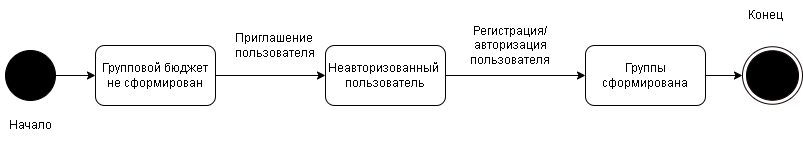
This is documentation/diagrams/Statechart_diagram_group.png from money-pie/moneypie, a draw.io export, as it was before one commit. Source tidied: cells renumbered, new cells last; positions are measured from the earlier drawing's top-left corner, leaving out a move shared by most shapes.
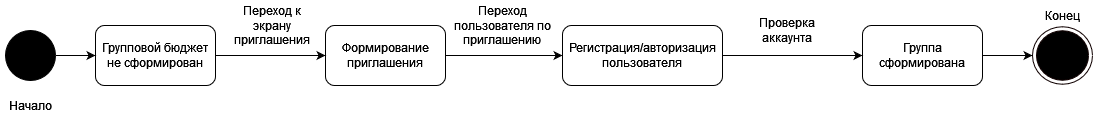
Above is the later version.

The edit, as a diff of the source:
```diff
@@ -2,44 +2,53 @@
   <root>
     <mxCell id="0" />
     <mxCell id="1" parent="0" />
-    <mxCell id="2" style="ellipse;whiteSpace=wrap;html=1;fillColor=#000000;" parent="1" vertex="1">
-      <mxGeometry x="5" y="50" width="50" height="50" as="geometry" />
-    </mxCell>
+    <mxCell id="15" style="ellipse;whiteSpace=wrap;html=1;fillColor=#000000;" parent="1" vertex="1">
+      <mxGeometry x="-2" y="210" width="50" height="50" as="geometry" />
+    </mxCell>
     <mxCell id="3" value="Начало" style="text;html=1;strokeColor=none;fillColor=none;align=center;verticalAlign=middle;whiteSpace=wrap;rounded=0;" parent="1" vertex="1">
-      <mxGeometry y="110" width="60" height="30" as="geometry" />
+      <mxGeometry x="-7" y="270" width="60" height="30" as="geometry" />
     </mxCell>
     <mxCell id="4" value="Групповой бюджет не сформирован" style="rounded=1;whiteSpace=wrap;html=1;" parent="1" vertex="1">
-      <mxGeometry x="95" y="45" width="120" height="60" as="geometry" />
+      <mxGeometry x="88" y="205" width="120" height="60" as="geometry" />
     </mxCell>
-    <mxCell id="5" value="Неавторизованный&amp;nbsp;&lt;br&gt;пользователь" style="rounded=1;whiteSpace=wrap;html=1;" parent="1" vertex="1">
-      <mxGeometry x="325" y="45" width="120" height="60" as="geometry" />
-    </mxCell>
-    <mxCell id="6" value="Группы сформирована" style="rounded=1;whiteSpace=wrap;html=1;" parent="1" vertex="1">
-      <mxGeometry x="585" y="45" width="120" height="60" as="geometry" />
-    </mxCell>
-    <mxCell id="7" style="ellipse;html=1;shape=endState;fillColor=#000000;strokeColor=#0F0000;" parent="1" vertex="1">
-      <mxGeometry x="742" y="46.2" width="60" height="57.5" as="geometry" />
-    </mxCell>
+    <mxCell id="16" style="edgeStyle=orthogonalEdgeStyle;rounded=0;jettySize=auto;html=1;exitX=1;exitY=0.5;exitDx=0;exitDy=0;entryX=0;entryY=0.5;entryDx=0;entryDy=0;" parent="1" edge="1" source="17" target="13">
+      <mxGeometry relative="1" as="geometry" />
+    </mxCell>
+    <mxCell id="17" value="Формирование приглашения" style="rounded=1;whiteSpace=wrap;html=1;" parent="1" vertex="1">
+      <mxGeometry x="318" y="205" width="120" height="60" as="geometry" />
+    </mxCell>
+    <mxCell id="18" value="Группа сформирована" style="rounded=1;whiteSpace=wrap;html=1;" parent="1" vertex="1">
+      <mxGeometry x="855" y="205" width="120" height="60" as="geometry" />
+    </mxCell>
+    <mxCell id="19" style="ellipse;html=1;shape=endState;fillColor=#000000;strokeColor=#0F0000;" parent="1" vertex="1">
+      <mxGeometry x="1025" y="206.2" width="60" height="57.5" as="geometry" />
+    </mxCell>
     <mxCell id="8" value="Конец" style="text;html=1;strokeColor=none;fillColor=none;align=center;verticalAlign=middle;whiteSpace=wrap;rounded=0;" parent="1" vertex="1">
-      <mxGeometry x="735" width="60" height="30" as="geometry" />
+      <mxGeometry x="1025" y="180" width="60" height="30" as="geometry" />
     </mxCell>
-    <mxCell id="9" style="endArrow=classic;html=1;rounded=0;exitX=1;exitY=0.5;exitDx=0;exitDy=0;entryX=0;entryY=0.5;entryDx=0;entryDy=0;" parent="1" edge="1" source="2" target="4">
-      <mxGeometry relative="1" as="geometry" />
-    </mxCell>
-    <mxCell id="10" style="endArrow=classic;html=1;rounded=0;exitX=1;exitY=0.5;exitDx=0;exitDy=0;entryX=0;entryY=0.5;entryDx=0;entryDy=0;" parent="1" edge="1" source="4" target="5">
-      <mxGeometry relative="1" as="geometry" />
-    </mxCell>
-    <mxCell id="11" value="Приглашение&amp;nbsp; пользователя" style="text;html=1;strokeColor=none;fillColor=none;align=center;verticalAlign=middle;whiteSpace=wrap;rounded=0;" parent="1" vertex="1">
-      <mxGeometry x="225" y="30" width="100" height="30" as="geometry" />
-    </mxCell>
-    <mxCell id="12" style="endArrow=classic;html=1;rounded=0;exitX=1;exitY=0.5;exitDx=0;exitDy=0;entryX=0;entryY=0.5;entryDx=0;entryDy=0;" parent="1" edge="1" source="5" target="6">
-      <mxGeometry relative="1" as="geometry" />
-    </mxCell>
+    <mxCell id="20" style="endArrow=classic;html=1;rounded=0;exitX=1;exitY=0.5;exitDx=0;exitDy=0;entryX=0;entryY=0.5;entryDx=0;entryDy=0;" parent="1" edge="1" source="15" target="4">
+      <mxGeometry relative="1" as="geometry" />
+    </mxCell>
+    <mxCell id="21" style="endArrow=classic;html=1;rounded=0;exitX=1;exitY=0.5;exitDx=0;exitDy=0;entryX=0;entryY=0.5;entryDx=0;entryDy=0;" parent="1" edge="1" source="4" target="17">
+      <mxGeometry relative="1" as="geometry" />
+    </mxCell>
+    <mxCell id="22" value="Переход пользователя по приглашению" style="text;html=1;strokeColor=none;fillColor=none;align=center;verticalAlign=middle;whiteSpace=wrap;rounded=0;" parent="1" vertex="1">
+      <mxGeometry x="445" y="190" width="100" height="30" as="geometry" />
+    </mxCell>
+    <mxCell id="23" style="endArrow=classic;html=1;rounded=0;exitX=1;exitY=0.5;exitDx=0;exitDy=0;entryX=0;entryY=0.5;entryDx=0;entryDy=0;" parent="1" edge="1" source="18" target="19">
+      <mxGeometry relative="1" as="geometry" />
+    </mxCell>
+    <mxCell id="24" value="Переход к экрану приглашения" style="text;html=1;strokeColor=none;fillColor=none;align=center;verticalAlign=middle;whiteSpace=wrap;rounded=0;" parent="1" vertex="1">
+      <mxGeometry x="215" y="190" width="100" height="30" as="geometry" />
+    </mxCell>
+    <mxCell id="25" style="edgeStyle=orthogonalEdgeStyle;rounded=0;jettySize=auto;html=1;exitX=1;exitY=0.5;exitDx=0;exitDy=0;entryX=0;entryY=0.5;entryDx=0;entryDy=0;" parent="1" edge="1" source="13" target="18">
+      <mxGeometry relative="1" as="geometry" />
+    </mxCell>
-    <mxCell id="13" value="Регистрация/авторизация пользователя" style="text;html=1;strokeColor=none;fillColor=none;align=center;verticalAlign=middle;whiteSpace=wrap;rounded=0;" parent="1" vertex="1">
-      <mxGeometry x="455" y="25" width="110" height="40" as="geometry" />
+    <mxCell id="13" value="Регистрация/авторизация пользователя" style="rounded=1;whiteSpace=wrap;html=1;" parent="1" vertex="1">
+      <mxGeometry x="555" y="205" width="160" height="60" as="geometry" />
     </mxCell>
-    <mxCell id="14" style="endArrow=classic;html=1;rounded=0;exitX=1;exitY=0.5;exitDx=0;exitDy=0;entryX=0;entryY=0.5;entryDx=0;entryDy=0;" parent="1" edge="1" source="6" target="7">
-      <mxGeometry relative="1" as="geometry" />
-    </mxCell>
+    <mxCell id="26" value="Проверка аккаунта" style="text;html=1;strokeColor=none;fillColor=none;align=center;verticalAlign=middle;whiteSpace=wrap;rounded=0;" parent="1" vertex="1">
+      <mxGeometry x="725" y="190" width="110" height="40" as="geometry" />
+    </mxCell>
   </root>
 </mxGraphModel>
```
